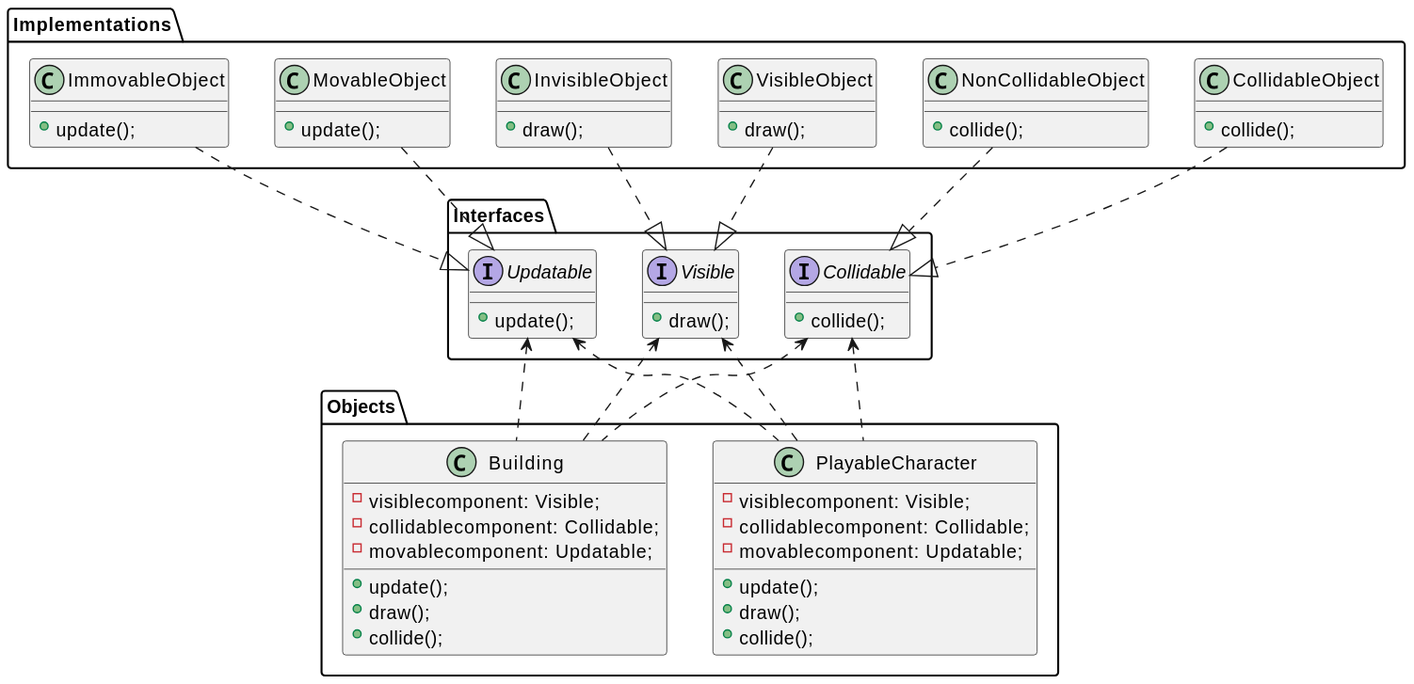
2DGD-F0TH/2DGD_F0TH keeps this PlantUML diagram as images/computer_science/compo_inheritance_3.svg. Above is the earlier version. Its diagram source:
```plantuml
@startuml
package Interfaces{
    interface Updatable{
        + update();
    }

    interface Visible{
        + draw();
    }

    interface Collidable{
        + collide();
    }
}

package Implementations{
    class VisibleObject{
        + draw();
    }

    class InvisibleObject{
        + draw();
    }

    class CollidableObject{
        + collide();
    }

    class NonCollidableObject{
        + collide();
    }

    class MovableObject{
        + update();
    }

    class ImmovableObject{
        + update();
    }
}

package Objects{
    class PlayableCharacter{
        + update();
        + draw();
        + collide();
        - visiblecomponent: Visible;
        - collidablecomponent: Collidable;
        - movablecomponent: Updatable;
    }

    class Building{
        + update();
        + draw();
        + collide();
        - visiblecomponent: Visible;
        - collidablecomponent: Collidable;
        - movablecomponent: Updatable;
    }
}

VisibleObject .down.|> Visible
InvisibleObject .down.|> Visible
CollidableObject .down.|> Collidable
NonCollidableObject .down.|> Collidable
MovableObject .down.|> Updatable
ImmovableObject .down.|> Updatable
Building .up.> Updatable
Building .up.> Visible
Building .up.> Collidable
PlayableCharacter .up.> Updatable
PlayableCharacter .up.> Visible
PlayableCharacter .up.> Collidable

@enduml
```
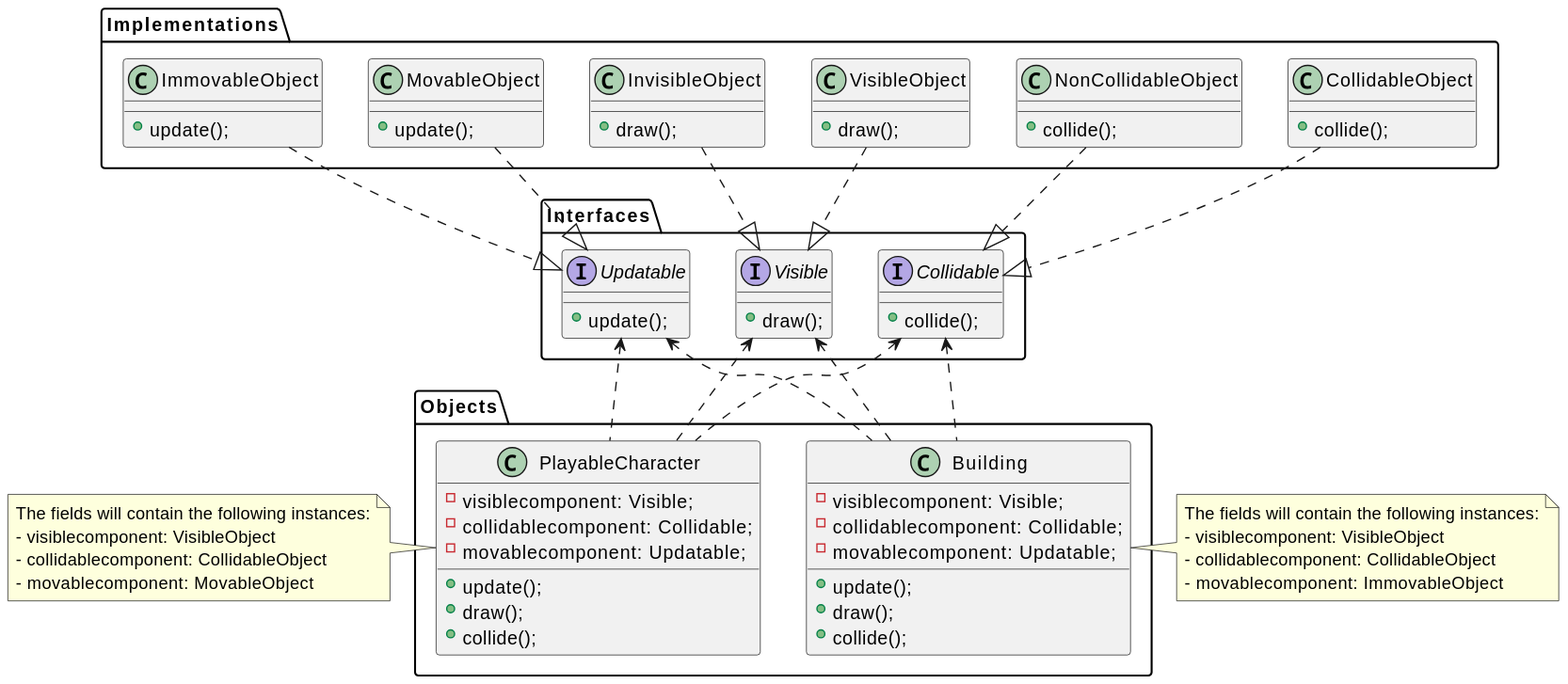
After the change.

Commit message:
Made the compo_inheritance diagram clearer

Change to the diagram source:
```diff
@@ -72,4 +72,21 @@
 PlayableCharacter .up.> Visible
 PlayableCharacter .up.> Collidable
 
+note as N1
+    The fields will contain the following instances:
+    - visiblecomponent: VisibleObject
+    - collidablecomponent: CollidableObject
+    - movablecomponent: ImmovableObject
+end note
+
+note as N2
+    The fields will contain the following instances:
+    - visiblecomponent: VisibleObject
+    - collidablecomponent: CollidableObject
+    - movablecomponent: MovableObject
+end note
+
+N1 .left.> Building
+PlayableCharacter .left.> N2
+
 @enduml
```
